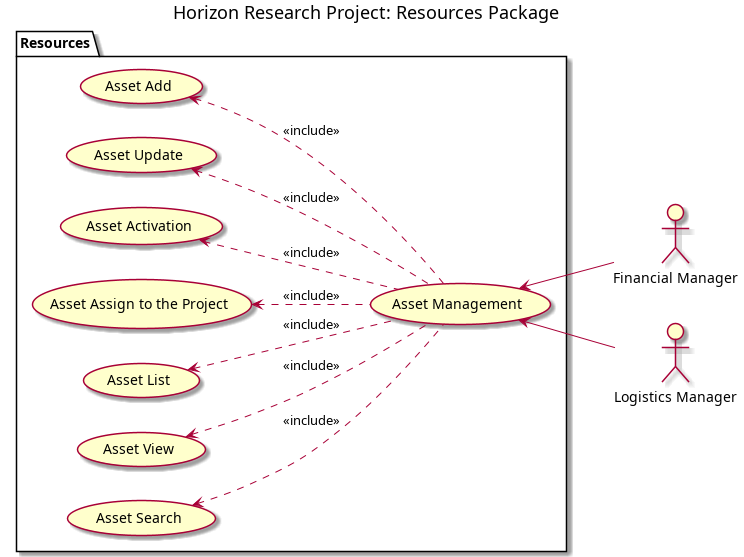
Earlier version of the PlantUML export HorizonUml/out/UseCase/Use Case/Packages/ResourcesUseCaseDiagram.png (mahyaresteki/Horizon). Source of this version:
```plantuml
@startuml
left to right direction

skinparam useCaseBackgroundColor #Business
skinparam actorBackgroundColor #Business

title Horizon Research Project: Resources Package

:Financial Manager: as Fmanager
:Logistics Manager: as Lmanager

package "Resources"{
    usecase "Asset Management" as assetManagement
    usecase "Asset Add" as assetRegistration
    usecase "Asset Update" as assetUpdate
    usecase "Asset Activation" as assetActivation
    usecase "Asset Assign to the Project" as assetAssignToProject
    usecase "Asset List" as assetList
    usecase "Asset View" as assetView
    usecase "Asset Search" as assetSearch
}

assetManagement <-- Lmanager
assetManagement <-- Fmanager

assetRegistration <.. assetManagement : <<include>>
assetUpdate  <.. assetManagement : <<include>>
assetActivation  <.. assetManagement : <<include>>
assetAssignToProject  <.. assetManagement : <<include>>
assetList  <.. assetManagement : <<include>>
assetView  <.. assetManagement : <<include>>
assetSearch  <.. assetManagement : <<include>>

@enduml
```
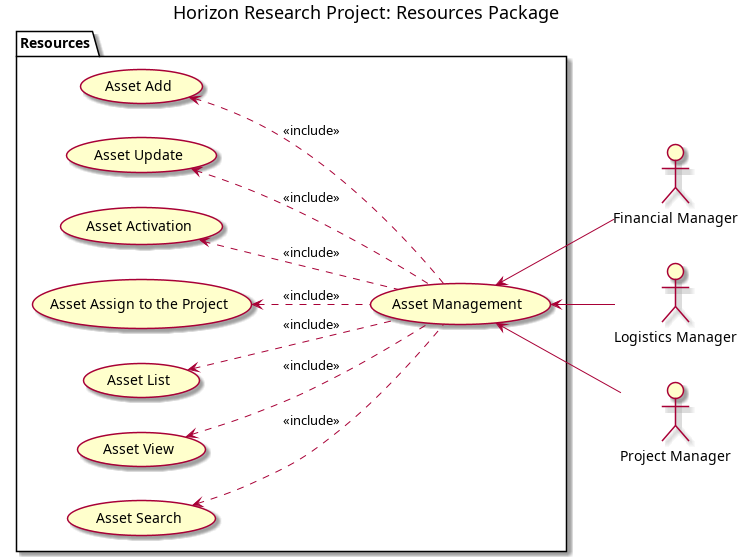
After the change.

Diff of the diagram source:
```diff
@@ -7,7 +7,8 @@
 title Horizon Research Project: Resources Package
 
 :Financial Manager: as Fmanager
-:Logistics Manager: as Lmanager
+:Logistics Manager: as LogesticsManager
+:Project Manager: as PMO
 
 package "Resources"{
     usecase "Asset Management" as assetManagement
@@ -20,8 +21,9 @@
     usecase "Asset Search" as assetSearch
 }
 
-assetManagement <-- Lmanager
+assetManagement <-- LogesticsManager
 assetManagement <-- Fmanager
+assetManagement <-- PMO
 
 assetRegistration <.. assetManagement : <<include>>
 assetUpdate  <.. assetManagement : <<include>>
```
